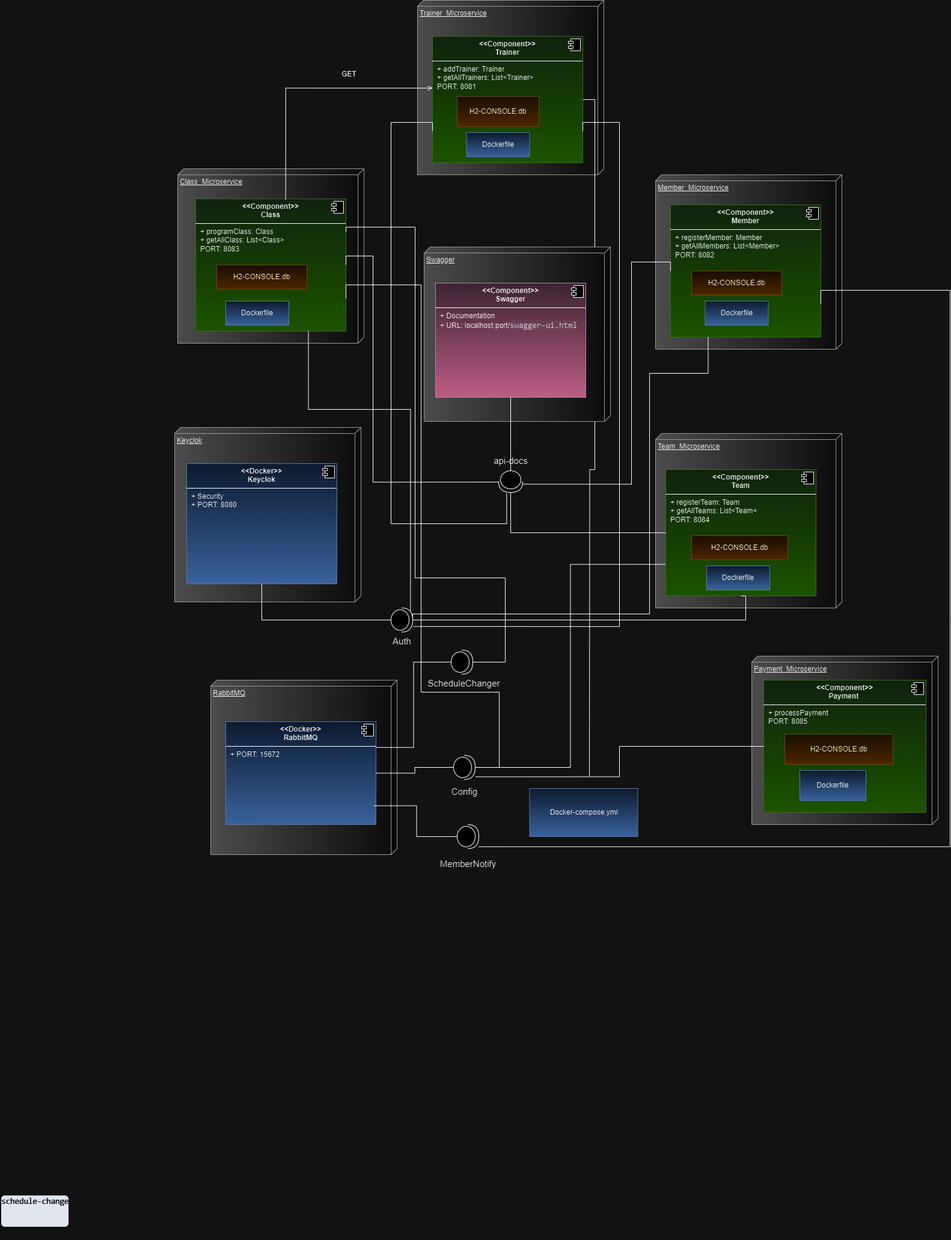
juanpabblo16/GYM_Management keeps this draw.io diagram as imgs/Gym_Managment-Page-1.drawio.png. Above is the earlier version. Source tidied: cells renumbered, new cells last; positions are measured from the earlier drawing's top-left corner, leaving out a move shared by most shapes.
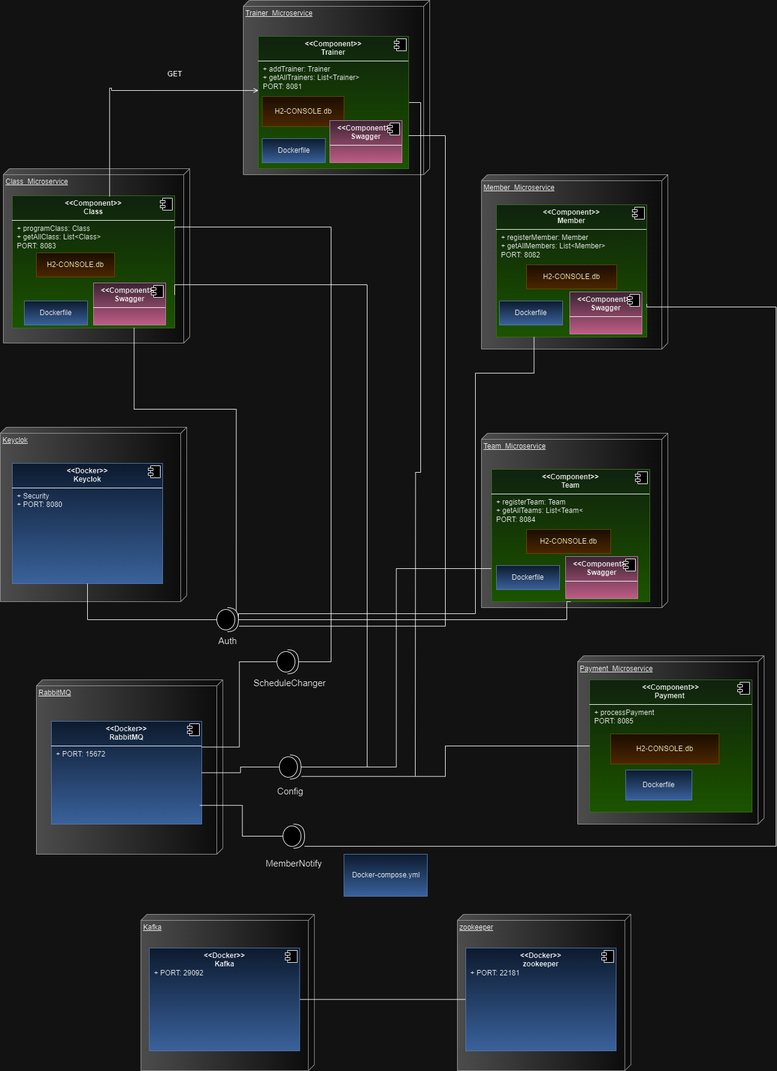
The same diagram one commit later.

Diff of the diagram source:
```diff
@@ -4,2 +4,5 @@
     <mxCell id="1" parent="0" />
+    <mxCell id="69" value="zookeeper" style="verticalAlign=top;align=left;spacingTop=8;spacingLeft=2;spacingRight=12;shape=cube;size=10;direction=south;fontStyle=4;html=1;whiteSpace=wrap;fillColor=#f5f5f5;strokeColor=#666666;gradientColor=#b3b3b3;" parent="1" vertex="1">
+      <mxGeometry x="1050" y="1520" width="288.5" height="260" as="geometry" />
+    </mxCell>
     <mxCell id="2" value="Class_Microservice" style="verticalAlign=top;align=left;spacingTop=8;spacingLeft=2;spacingRight=12;shape=cube;size=10;direction=south;fontStyle=4;html=1;whiteSpace=wrap;fillColor=#f5f5f5;strokeColor=#666666;gradientColor=#b3b3b3;" parent="1" vertex="1">
@@ -8,3 +11,3 @@
     <mxCell id="3" value="&lt;p style=&quot;margin:0px;margin-top:6px;text-align:center;&quot;&gt;&lt;b&gt;&amp;lt;&amp;lt;Component&amp;gt;&amp;gt;&lt;br&gt;Class&lt;/b&gt;&lt;/p&gt;&lt;hr size=&quot;1&quot; style=&quot;border-style:solid;&quot;&gt;&lt;p style=&quot;margin:0px;margin-left:8px;&quot;&gt;+ programClass: Class&lt;br&gt;+ getAllClass: List&amp;lt;Class&amp;gt;&lt;/p&gt;&lt;p style=&quot;margin:0px;margin-left:8px;&quot;&gt;PORT: 8083&lt;/p&gt;" style="align=left;overflow=fill;html=1;whiteSpace=wrap;fillColor=#d5e8d4;gradientColor=#97d077;strokeColor=#82b366;" parent="1" vertex="1">
-      <mxGeometry x="325" y="330" width="250" height="220" as="geometry" />
+      <mxGeometry x="310" y="325" width="270" height="220" as="geometry" />
     </mxCell>
@@ -16,3 +19,3 @@
     <mxCell id="5" value="H2-CONSOLE.db" style="html=1;whiteSpace=wrap;fillColor=#fff2cc;gradientColor=#ffd966;strokeColor=#d6b656;" parent="1" vertex="1">
-      <mxGeometry x="360" y="440" width="150" height="40" as="geometry" />
+      <mxGeometry x="350" y="420" width="130" height="40" as="geometry" />
     </mxCell>
@@ -30,3 +33,3 @@
     <mxCell id="9" value="H2-CONSOLE.db" style="html=1;whiteSpace=wrap;fillColor=#fff2cc;gradientColor=#ffd966;strokeColor=#d6b656;" parent="1" vertex="1">
-      <mxGeometry x="1150" y="450" width="150" height="40" as="geometry" />
+      <mxGeometry x="1165" y="440" width="150" height="40" as="geometry" />
     </mxCell>
@@ -39,3 +42,3 @@
     <mxCell id="12" value="&lt;p style=&quot;margin:0px;margin-top:6px;text-align:center;&quot;&gt;&lt;b&gt;&amp;lt;&amp;lt;Component&amp;gt;&amp;gt;&lt;br&gt;Team&lt;/b&gt;&lt;/p&gt;&lt;hr size=&quot;1&quot; style=&quot;border-style:solid;&quot;&gt;&lt;p style=&quot;margin:0px;margin-left:8px;&quot;&gt;+ registerTeam: Team&lt;br&gt;+ getAllTeams: List&amp;lt;Team&amp;lt;&lt;/p&gt;&lt;p style=&quot;margin:0px;margin-left:8px;&quot;&gt;PORT: 8084&lt;/p&gt;" style="align=left;overflow=fill;html=1;whiteSpace=wrap;fillColor=#d5e8d4;gradientColor=#97d077;strokeColor=#82b366;" parent="1" vertex="1">
-      <mxGeometry x="1107" y="780" width="250" height="210" as="geometry" />
+      <mxGeometry x="1107" y="780" width="263" height="220" as="geometry" />
     </mxCell>
@@ -47,3 +50,3 @@
     <mxCell id="14" value="H2-CONSOLE.db" style="html=1;whiteSpace=wrap;fillColor=#fff2cc;gradientColor=#ffd966;strokeColor=#d6b656;" parent="1" vertex="1">
-      <mxGeometry x="1150" y="890" width="160" height="40" as="geometry" />
+      <mxGeometry x="1165" y="880" width="140" height="40" as="geometry" />
     </mxCell>
@@ -58,3 +61,3 @@
     <mxCell id="17" value="&lt;p style=&quot;margin:0px;margin-top:6px;text-align:center;&quot;&gt;&lt;b&gt;&amp;lt;&amp;lt;Component&amp;gt;&amp;gt;&lt;br&gt;Trainer&lt;/b&gt;&lt;/p&gt;&lt;hr size=&quot;1&quot; style=&quot;border-style:solid;&quot;&gt;&lt;p style=&quot;margin:0px;margin-left:8px;&quot;&gt;+ addTrainer: Trainer&lt;br&gt;+ getAllTrainers: List&amp;lt;Trainer&amp;gt;&lt;/p&gt;&lt;p style=&quot;margin:0px;margin-left:8px;&quot;&gt;PORT: 8081&lt;/p&gt;" style="align=left;overflow=fill;html=1;whiteSpace=wrap;fillColor=#d5e8d4;gradientColor=#97d077;strokeColor=#82b366;" parent="1" vertex="1">
-      <mxGeometry x="719" y="60" width="250" height="210" as="geometry" />
+      <mxGeometry x="719" y="60" width="250" height="220" as="geometry" />
     </mxCell>
@@ -66,3 +69,3 @@
     <mxCell id="19" value="H2-CONSOLE.db" style="html=1;whiteSpace=wrap;fillColor=#fff2cc;gradientColor=#ffd966;strokeColor=#d6b656;" parent="1" vertex="1">
-      <mxGeometry x="760" y="160" width="136" height="50" as="geometry" />
+      <mxGeometry x="725.5" y="160" width="136" height="50" as="geometry" />
     </mxCell>
@@ -89,50 +92,2 @@
     </mxCell>
-    <mxCell id="25" value="Swagger" style="verticalAlign=top;align=left;spacingTop=8;spacingLeft=2;spacingRight=12;shape=cube;size=10;direction=south;fontStyle=4;html=1;whiteSpace=wrap;fillColor=#f5f5f5;strokeColor=#666666;gradientColor=#b3b3b3;" parent="1" vertex="1">
-      <mxGeometry x="705" y="410" width="310" height="290" as="geometry" />
-    </mxCell>
-    <mxCell id="26" value="&lt;p style=&quot;margin:0px;margin-top:6px;text-align:center;&quot;&gt;&lt;b&gt;&amp;lt;&amp;lt;Component&amp;gt;&amp;gt;&lt;br&gt;Swagger&lt;/b&gt;&lt;/p&gt;&lt;hr size=&quot;1&quot; style=&quot;border-style:solid;&quot;&gt;&lt;p style=&quot;margin:0px;margin-left:8px;&quot;&gt;+ Documentation&lt;br&gt;+ URL: localhost:port/&lt;span style=&quot;background-color: rgba(129, 139, 152, 0.12); color: rgb(31, 35, 40); font-family: ui-monospace, SFMono-Regular, &amp;quot;SF Mono&amp;quot;, Menlo, Consolas, &amp;quot;Liberation Mono&amp;quot;, monospace; font-size: 13.6px; white-space-collapse: break-spaces;&quot;&gt;swagger-ui.html&lt;/span&gt;&lt;/p&gt;" style="align=left;overflow=fill;html=1;whiteSpace=wrap;fillColor=#e6d0de;gradientColor=#d5739d;strokeColor=#996185;" parent="1" vertex="1">
-      <mxGeometry x="724" y="470" width="250" height="190" as="geometry" />
-    </mxCell>
-    <mxCell id="27" style="shape=component;jettyWidth=8;jettyHeight=4;" parent="26" vertex="1">
-      <mxGeometry x="1" width="20" height="20" relative="1" as="geometry">
-        <mxPoint x="-24" y="4" as="offset" />
-      </mxGeometry>
-    </mxCell>
-    <mxCell id="28" style="edgeStyle=orthogonalEdgeStyle;rounded=0;jettySize=auto;html=1;entryX=0.5;entryY=1;entryDx=0;entryDy=0;endArrow=none;endFill=0;" parent="1" edge="1" source="29" target="26">
-      <mxGeometry relative="1" as="geometry" />
-    </mxCell>
-    <mxCell id="29" style="shape=providedRequiredInterface;html=1;verticalLabelPosition=bottom;sketch=0;rotation=90;" parent="1" vertex="1">
-      <mxGeometry x="831" y="780" width="36" height="40" as="geometry" />
-    </mxCell>
-    <mxCell id="30" style="edgeStyle=orthogonalEdgeStyle;rounded=0;jettySize=auto;html=1;exitX=0;exitY=0.5;exitDx=0;exitDy=0;entryX=1;entryY=0.5;entryDx=0;entryDy=0;entryPerimeter=0;endArrow=none;endFill=0;" parent="1" edge="1" source="12" target="29">
-      <mxGeometry relative="1" as="geometry" />
-    </mxCell>
-    <mxCell id="31" style="edgeStyle=orthogonalEdgeStyle;rounded=0;jettySize=auto;html=1;exitX=0;exitY=0.5;exitDx=0;exitDy=0;entryX=0.619;entryY=-0.01;entryDx=0;entryDy=0;entryPerimeter=0;endArrow=none;endFill=0;" parent="1" edge="1" source="7" target="29">
-      <mxGeometry relative="1" as="geometry">
-        <Array as="points">
-          <mxPoint x="1050" y="435" />
-          <mxPoint x="1050" y="804" />
-        </Array>
-      </mxGeometry>
-    </mxCell>
-    <mxCell id="32" style="edgeStyle=orthogonalEdgeStyle;rounded=0;jettySize=auto;html=1;exitX=1;exitY=0.5;exitDx=0;exitDy=0;entryX=0.521;entryY=0.99;entryDx=0;entryDy=0;entryPerimeter=0;endArrow=none;endFill=0;" parent="1" edge="1" source="3" target="29">
-      <mxGeometry relative="1" as="geometry">
-        <Array as="points">
-          <mxPoint x="620" y="425" />
-          <mxPoint x="620" y="801" />
-        </Array>
-      </mxGeometry>
-    </mxCell>
-    <mxCell id="33" style="edgeStyle=orthogonalEdgeStyle;rounded=0;jettySize=auto;html=1;exitX=0;exitY=0.75;exitDx=0;exitDy=0;entryX=1.044;entryY=0.666;entryDx=0;entryDy=0;entryPerimeter=0;endArrow=none;endFill=0;" parent="1" edge="1" source="17" target="29">
-      <mxGeometry relative="1" as="geometry">
-        <Array as="points">
-          <mxPoint x="650" y="203" />
-          <mxPoint x="650" y="870" />
-          <mxPoint x="842" y="870" />
-        </Array>
-      </mxGeometry>
-    </mxCell>
-    <mxCell id="34" value="&lt;font style=&quot;font-size: 15px;&quot;&gt;api-docs&lt;/font&gt;" style="text;html=1;align=center;verticalAlign=middle;strokeColor=none;fillColor=none;strokeWidth=7;" parent="1" vertex="1">
-      <mxGeometry x="809" y="750" width="80" height="30" as="geometry" />
-    </mxCell>
     <mxCell id="35" style="shape=providedRequiredInterface;html=1;verticalLabelPosition=bottom;sketch=0;rotation=0;" parent="1" vertex="1">
@@ -157,3 +112,3 @@
         <Array as="points">
-          <mxPoint x="1240" y="1030" />
+          <mxPoint x="1232" y="1030" />
         </Array>
@@ -174,3 +129,3 @@
         <Array as="points">
-          <mxPoint x="1030" y="203" />
+          <mxPoint x="1030" y="225" />
           <mxPoint x="1030" y="1041" />
@@ -219,6 +174,5 @@
         <Array as="points">
-          <mxPoint x="700" y="473" />
-          <mxPoint x="700" y="1150" />
-          <mxPoint x="830" y="1150" />
-          <mxPoint x="830" y="1275" />
+          <mxPoint x="580" y="473" />
+          <mxPoint x="900" y="473" />
+          <mxPoint x="900" y="1275" />
         </Array>
@@ -238,3 +192,4 @@
         <Array as="points">
-          <mxPoint x="1580" y="482" />
+          <mxPoint x="1365" y="510" />
+          <mxPoint x="1580" y="510" />
           <mxPoint x="1580" y="1407" />
@@ -243,5 +198,2 @@
     </mxCell>
-    <mxCell id="58" value="&lt;pre style=&quot;box-sizing: border-box; font-family: var(--fontStack-monospace, ui-monospace, SFMono-Regular, SF Mono, Menlo, Consolas, Liberation Mono, monospace); font-size: 13.6px; margin-top: 0px; margin-bottom: 0px; overflow-wrap: normal; padding: var(--base-size-16); overflow: auto; line-height: 1.45; color: rgb(240, 246, 252); background-color: rgb(21, 27, 35); border-radius: 6px; word-break: normal; min-height: 52px; font-style: normal; font-variant-ligatures: normal; font-variant-caps: normal; font-weight: 400; letter-spacing: normal; orphans: 2; text-align: start; text-indent: 0px; text-transform: none; widows: 2; word-spacing: 0px; -webkit-text-stroke-width: 0px; text-decoration-thickness: initial; text-decoration-style: initial; text-decoration-color: initial;&quot;&gt;&lt;span class=&quot;pl-s&quot; style=&quot;box-sizing: border-box; color: var(--color-prettylights-syntax-string);&quot;&gt;schedule-change&lt;/span&gt;&lt;/pre&gt;" style="text;whiteSpace=wrap;html=1;" parent="1" vertex="1">
-      <mxGeometry y="1980" width="150" height="80" as="geometry" />
-    </mxCell>
     <mxCell id="59" style="shape=providedRequiredInterface;html=1;verticalLabelPosition=bottom;sketch=0;rotation=0;" parent="1" vertex="1">
@@ -258,5 +210,4 @@
         <Array as="points">
-          <mxPoint x="690" y="377" />
-          <mxPoint x="690" y="960" />
-          <mxPoint x="840" y="960" />
+          <mxPoint x="580" y="377" />
+          <mxPoint x="840" y="377" />
           <mxPoint x="840" y="1100" />
@@ -269,16 +220,70 @@
     <mxCell id="64" value="Dockerfile" style="html=1;whiteSpace=wrap;fillColor=#dae8fc;gradientColor=#7ea6e0;strokeColor=#6c8ebf;" parent="1" vertex="1">
-      <mxGeometry x="1175" y="940" width="105" height="40" as="geometry" />
+      <mxGeometry x="1115" y="940" width="105" height="40" as="geometry" />
     </mxCell>
     <mxCell id="65" value="Dockerfile" style="html=1;whiteSpace=wrap;fillColor=#dae8fc;gradientColor=#7ea6e0;strokeColor=#6c8ebf;" parent="1" vertex="1">
-      <mxGeometry x="1172.5" y="500" width="105" height="40" as="geometry" />
+      <mxGeometry x="1120" y="500" width="105" height="40" as="geometry" />
     </mxCell>
     <mxCell id="66" value="Dockerfile" style="html=1;whiteSpace=wrap;fillColor=#dae8fc;gradientColor=#7ea6e0;strokeColor=#6c8ebf;" parent="1" vertex="1">
-      <mxGeometry x="775.5" y="220" width="105" height="40" as="geometry" />
+      <mxGeometry x="725.5" y="230" width="105" height="40" as="geometry" />
     </mxCell>
     <mxCell id="67" value="Dockerfile" style="html=1;whiteSpace=wrap;fillColor=#dae8fc;gradientColor=#7ea6e0;strokeColor=#6c8ebf;" parent="1" vertex="1">
-      <mxGeometry x="375" y="500" width="105" height="40" as="geometry" />
+      <mxGeometry x="330" y="500" width="105" height="40" as="geometry" />
     </mxCell>
     <mxCell id="68" value="Docker-compose.yml" style="html=1;whiteSpace=wrap;fillColor=#dae8fc;gradientColor=#7ea6e0;strokeColor=#6c8ebf;" parent="1" vertex="1">
-      <mxGeometry x="880.5" y="1310" width="180" height="80" as="geometry" />
+      <mxGeometry x="861.5" y="1420" width="138.5" height="70" as="geometry" />
     </mxCell>
+    <mxCell id="70" value="&lt;p style=&quot;margin:0px;margin-top:6px;text-align:center;&quot;&gt;&lt;b&gt;&amp;lt;&amp;lt;Component&amp;gt;&amp;gt;&lt;br&gt;Swagger&lt;/b&gt;&lt;/p&gt;&lt;hr size=&quot;1&quot; style=&quot;border-style:solid;&quot;&gt;&lt;p style=&quot;margin:0px;margin-left:8px;&quot;&gt;&lt;br&gt;&lt;/p&gt;" style="align=left;overflow=fill;html=1;whiteSpace=wrap;fillColor=#e6d0de;gradientColor=#d5739d;strokeColor=#996185;" parent="1" vertex="1">
+      <mxGeometry x="1237" y="485" width="120" height="70" as="geometry" />
+    </mxCell>
+    <mxCell id="71" style="shape=component;jettyWidth=8;jettyHeight=4;" parent="70" vertex="1">
+      <mxGeometry x="1" width="20" height="20" relative="1" as="geometry">
+        <mxPoint x="-24" y="4" as="offset" />
+      </mxGeometry>
+    </mxCell>
+    <mxCell id="72" value="&lt;p style=&quot;margin:0px;margin-top:6px;text-align:center;&quot;&gt;&lt;b&gt;&amp;lt;&amp;lt;Component&amp;gt;&amp;gt;&lt;br&gt;Swagger&lt;/b&gt;&lt;/p&gt;&lt;hr size=&quot;1&quot; style=&quot;border-style:solid;&quot;&gt;&lt;p style=&quot;margin:0px;margin-left:8px;&quot;&gt;&lt;br&gt;&lt;/p&gt;" style="align=left;overflow=fill;html=1;whiteSpace=wrap;fillColor=#e6d0de;gradientColor=#d5739d;strokeColor=#996185;" parent="1" vertex="1">
+      <mxGeometry x="838" y="200" width="120" height="70" as="geometry" />
+    </mxCell>
+    <mxCell id="73" style="shape=component;jettyWidth=8;jettyHeight=4;" parent="72" vertex="1">
+      <mxGeometry x="1" width="20" height="20" relative="1" as="geometry">
+        <mxPoint x="-24" y="4" as="offset" />
+      </mxGeometry>
+    </mxCell>
+    <mxCell id="74" value="&lt;p style=&quot;margin:0px;margin-top:6px;text-align:center;&quot;&gt;&lt;b&gt;&amp;lt;&amp;lt;Component&amp;gt;&amp;gt;&lt;br&gt;Swagger&lt;/b&gt;&lt;/p&gt;&lt;hr size=&quot;1&quot; style=&quot;border-style:solid;&quot;&gt;&lt;p style=&quot;margin:0px;margin-left:8px;&quot;&gt;&lt;br&gt;&lt;/p&gt;" style="align=left;overflow=fill;html=1;whiteSpace=wrap;fillColor=#e6d0de;gradientColor=#d5739d;strokeColor=#996185;" parent="1" vertex="1">
+      <mxGeometry x="1230" y="925" width="120" height="70" as="geometry" />
+    </mxCell>
+    <mxCell id="75" style="shape=component;jettyWidth=8;jettyHeight=4;" parent="74" vertex="1">
+      <mxGeometry x="1" width="20" height="20" relative="1" as="geometry">
+        <mxPoint x="-24" y="4" as="offset" />
+      </mxGeometry>
+    </mxCell>
+    <mxCell id="76" value="&lt;p style=&quot;margin:0px;margin-top:6px;text-align:center;&quot;&gt;&lt;b&gt;&amp;lt;&amp;lt;Component&amp;gt;&amp;gt;&lt;br&gt;Swagger&lt;/b&gt;&lt;/p&gt;&lt;hr size=&quot;1&quot; style=&quot;border-style:solid;&quot;&gt;&lt;p style=&quot;margin:0px;margin-left:8px;&quot;&gt;&lt;br&gt;&lt;/p&gt;" style="align=left;overflow=fill;html=1;whiteSpace=wrap;fillColor=#e6d0de;gradientColor=#d5739d;strokeColor=#996185;" parent="1" vertex="1">
+      <mxGeometry x="445" y="470" width="120" height="70" as="geometry" />
+    </mxCell>
+    <mxCell id="77" style="shape=component;jettyWidth=8;jettyHeight=4;" parent="76" vertex="1">
+      <mxGeometry x="1" width="20" height="20" relative="1" as="geometry">
+        <mxPoint x="-24" y="4" as="offset" />
+      </mxGeometry>
+    </mxCell>
+    <mxCell id="78" value="Kafka" style="verticalAlign=top;align=left;spacingTop=8;spacingLeft=2;spacingRight=12;shape=cube;size=10;direction=south;fontStyle=4;html=1;whiteSpace=wrap;fillColor=#f5f5f5;strokeColor=#666666;gradientColor=#b3b3b3;" parent="1" vertex="1">
+      <mxGeometry x="523.8" y="1520" width="288.5" height="260" as="geometry" />
+    </mxCell>
+    <mxCell id="79" style="edgeStyle=orthogonalEdgeStyle;rounded=0;jettySize=auto;html=1;exitX=1;exitY=0.5;exitDx=0;exitDy=0;endArrow=none;endFill=0;startArrow=none;startFill=0;" parent="1" edge="1" source="80" target="82">
+      <mxGeometry relative="1" as="geometry" />
+    </mxCell>
+    <mxCell id="80" value="&lt;p style=&quot;margin:0px;margin-top:6px;text-align:center;&quot;&gt;&lt;b&gt;&amp;lt;&amp;lt;Docker&amp;gt;&amp;gt;&lt;br&gt;Kafka&lt;/b&gt;&lt;/p&gt;&lt;p style=&quot;margin:0px;margin-left:8px;&quot;&gt;+&amp;nbsp;&lt;span style=&quot;background-color: initial;&quot;&gt;PORT: 29092&lt;/span&gt;&lt;/p&gt;" style="align=left;overflow=fill;html=1;whiteSpace=wrap;fillColor=#dae8fc;gradientColor=#7ea6e0;strokeColor=#6c8ebf;" parent="1" vertex="1">
+      <mxGeometry x="537.8" y="1576" width="250" height="171" as="geometry" />
+    </mxCell>
+    <mxCell id="81" style="shape=component;jettyWidth=8;jettyHeight=4;" parent="80" vertex="1">
+      <mxGeometry x="1" width="20" height="20" relative="1" as="geometry">
+        <mxPoint x="-24" y="4" as="offset" />
+      </mxGeometry>
+    </mxCell>
+    <mxCell id="82" value="&lt;p style=&quot;margin:0px;margin-top:6px;text-align:center;&quot;&gt;&lt;b&gt;&amp;lt;&amp;lt;Docker&amp;gt;&amp;gt;&lt;br&gt;zookeeper&lt;/b&gt;&lt;/p&gt;&lt;p style=&quot;margin:0px;margin-left:8px;&quot;&gt;+&amp;nbsp;&lt;span style=&quot;background-color: initial;&quot;&gt;PORT: 22181&lt;/span&gt;&lt;/p&gt;" style="align=left;overflow=fill;html=1;whiteSpace=wrap;fillColor=#dae8fc;gradientColor=#7ea6e0;strokeColor=#6c8ebf;" parent="1" vertex="1">
+      <mxGeometry x="1064" y="1576" width="250" height="171" as="geometry" />
+    </mxCell>
+    <mxCell id="83" style="shape=component;jettyWidth=8;jettyHeight=4;" parent="82" vertex="1">
+      <mxGeometry x="1" width="20" height="20" relative="1" as="geometry">
+        <mxPoint x="-24" y="4" as="offset" />
+      </mxGeometry>
+    </mxCell>
   </root>
```
